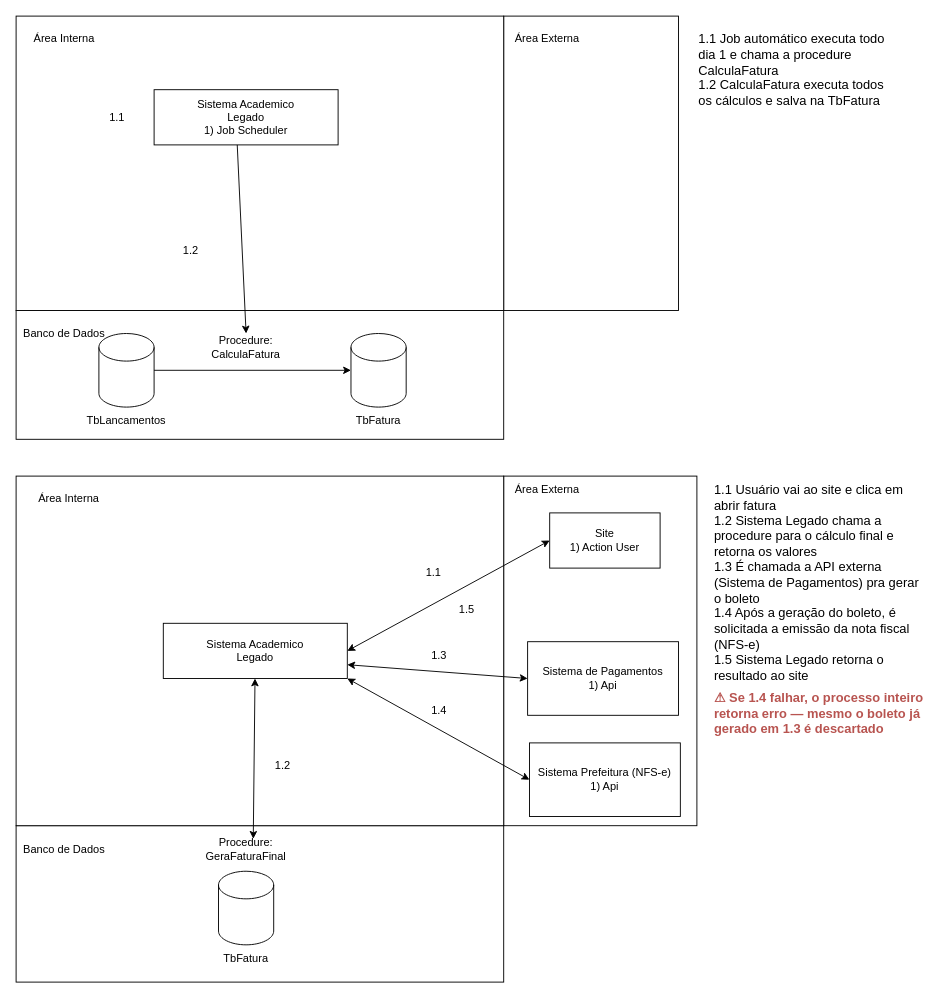
This is diagramas/arquitetura-atual.drawio from lealnetosena/colegio-leal, a draw.io file, before an edit. Source tidied: cells renumbered, new cells numbered last; positions are measured from the earlier drawing's top-left corner, leaving out a move shared by most shapes. Both pictures are drawn from the tidied source at 92%, with x=0, y=0 at pixel (16, 16).
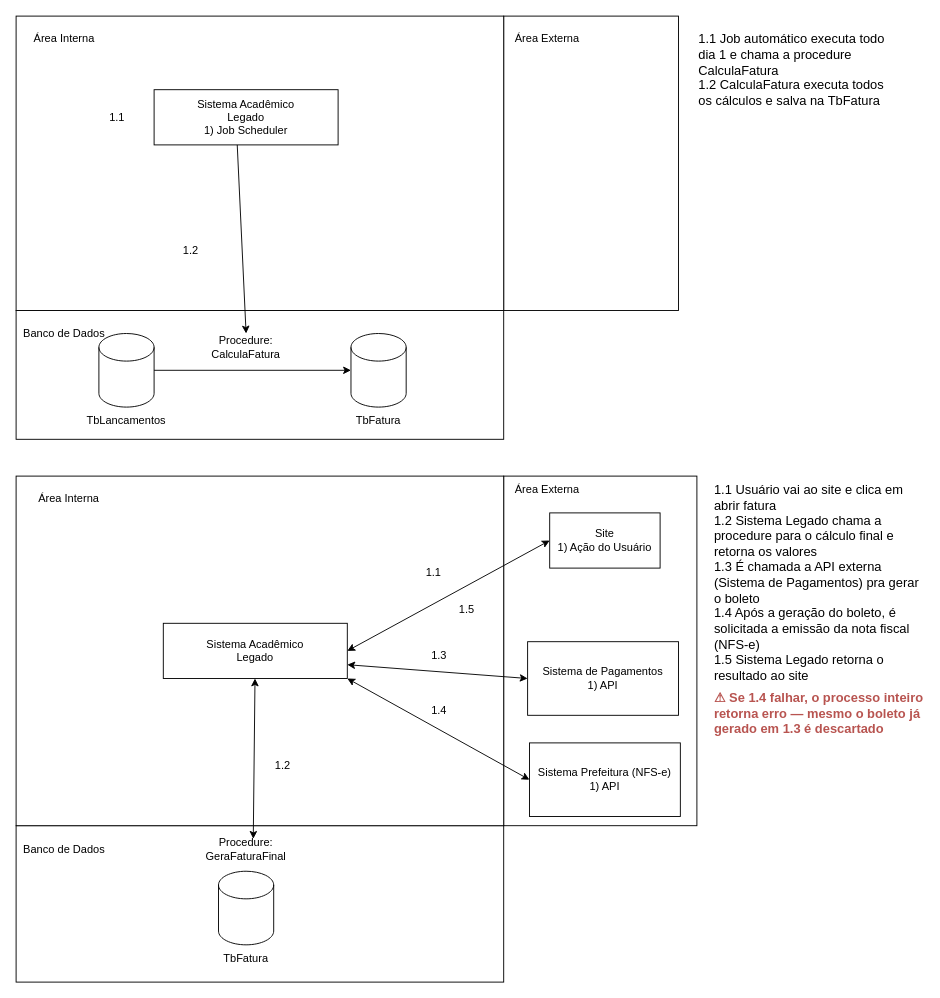
Above is the later version.

Commit message:
docs: mais 3 ajustes no drawio (Academico->Academico com acento, Action User->Acao do Usuario, Api->API)

Claude-Session: https://claude.ai/code/session_01BL6n3JQDg8pjYDM6C6mbVF

Diff of the diagram source:
```diff
@@
-    <mxCell id="15" value="Sistema Academico&lt;div&gt;&lt;span style=&quot;background-color: transparent; color: light-dark(rgb(0, 0, 0), rgb(255, 255, 255));&quot;&gt;Legado&lt;/span&gt;&lt;/div&gt;&lt;div&gt;&lt;span style=&quot;background-color: transparent; color: light-dark(rgb(0, 0, 0), rgb(255, 255, 255));&quot;&gt;1) Job Scheduler&lt;/span&gt;&lt;/div&gt;" style="rounded=0;whiteSpace=wrap;html=1;" parent="1" vertex="1">
+    <mxCell id="15" value="Sistema Acadêmico&lt;div&gt;&lt;span style=&quot;background-color: transparent; color: light-dark(rgb(0, 0, 0), rgb(255, 255, 255));&quot;&gt;Legado&lt;/span&gt;&lt;/div&gt;&lt;div&gt;&lt;span style=&quot;background-color: transparent; color: light-dark(rgb(0, 0, 0), rgb(255, 255, 255));&quot;&gt;1) Job Scheduler&lt;/span&gt;&lt;/div&gt;" style="rounded=0;whiteSpace=wrap;html=1;" parent="1" vertex="1">
       <mxGeometry x="150" y="80" width="200" height="60" as="geometry" />
     </mxCell>
@@
-    <mxCell id="20" value="Sistema Academico&lt;div&gt;&lt;span style=&quot;background-color: transparent; color: light-dark(rgb(0, 0, 0), rgb(255, 255, 255));&quot;&gt;Legado&lt;/span&gt;&lt;/div&gt;" style="rounded=0;whiteSpace=wrap;html=1;" parent="1" vertex="1">
+    <mxCell id="20" value="Sistema Acadêmico&lt;div&gt;&lt;span style=&quot;background-color: transparent; color: light-dark(rgb(0, 0, 0), rgb(255, 255, 255));&quot;&gt;Legado&lt;/span&gt;&lt;/div&gt;" style="rounded=0;whiteSpace=wrap;html=1;" parent="1" vertex="1">
       <mxGeometry x="160" y="660" width="200" height="60" as="geometry" />
     </mxCell>
-    <mxCell id="21" value="Site&lt;div&gt;1) Action User&lt;/div&gt;" style="rounded=0;whiteSpace=wrap;html=1;" parent="1" vertex="1">
+    <mxCell id="21" value="Site&lt;div&gt;1) Ação do Usuário&lt;/div&gt;" style="rounded=0;whiteSpace=wrap;html=1;" parent="1" vertex="1">
       <mxGeometry x="580" y="540" width="120" height="60" as="geometry" />
     </mxCell>
@@
-    <mxCell id="23" value="Sistema de Pagamentos&lt;div&gt;1) Api&lt;/div&gt;" style="rounded=0;whiteSpace=wrap;html=1;" parent="1" vertex="1">
+    <mxCell id="23" value="Sistema de Pagamentos&lt;div&gt;1) API&lt;/div&gt;" style="rounded=0;whiteSpace=wrap;html=1;" parent="1" vertex="1">
       <mxGeometry x="556" y="680" width="164" height="80" as="geometry" />
     </mxCell>
@@
-    <mxCell id="25" value="Sistema Prefeitura (NFS-e)&lt;div&gt;1) Api&lt;/div&gt;" style="rounded=0;whiteSpace=wrap;html=1;" parent="1" vertex="1">
+    <mxCell id="25" value="Sistema Prefeitura (NFS-e)&lt;div&gt;1) API&lt;/div&gt;" style="rounded=0;whiteSpace=wrap;html=1;" parent="1" vertex="1">
       <mxGeometry x="558" y="790" width="164" height="80" as="geometry" />
     </mxCell>
```
